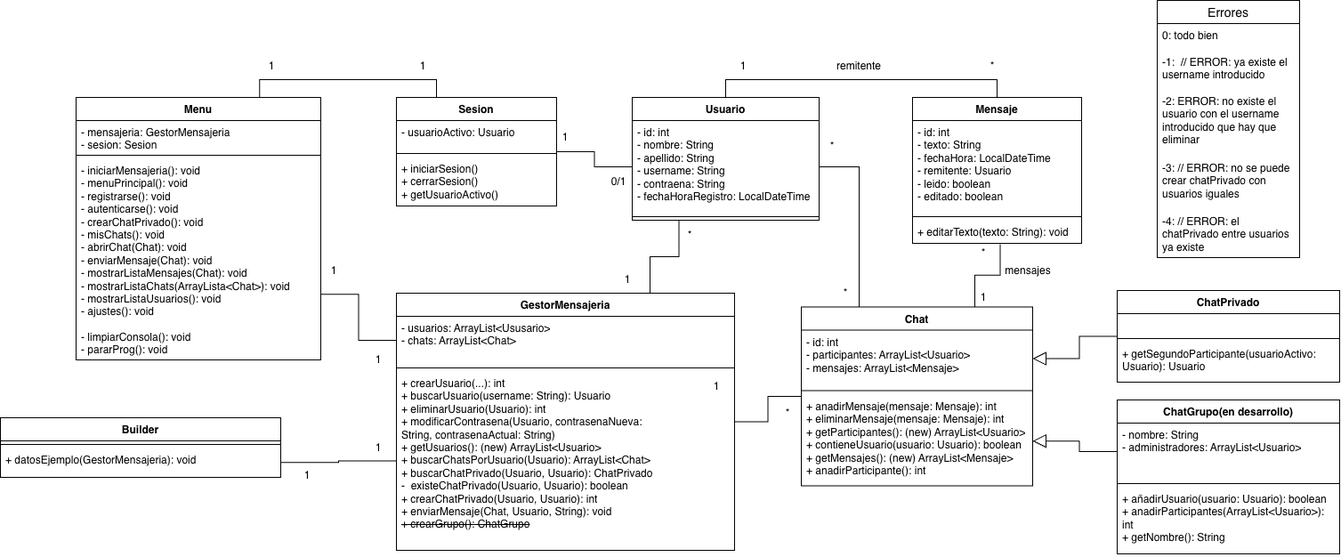
This is mensajeriaDiagrama.drawio.png from martishenya/messengerJava, a draw.io export, as it was before one commit. Source tidied: cells renumbered, new cells last; positions are measured from the earlier drawing's top-left corner, leaving out a move shared by most shapes.
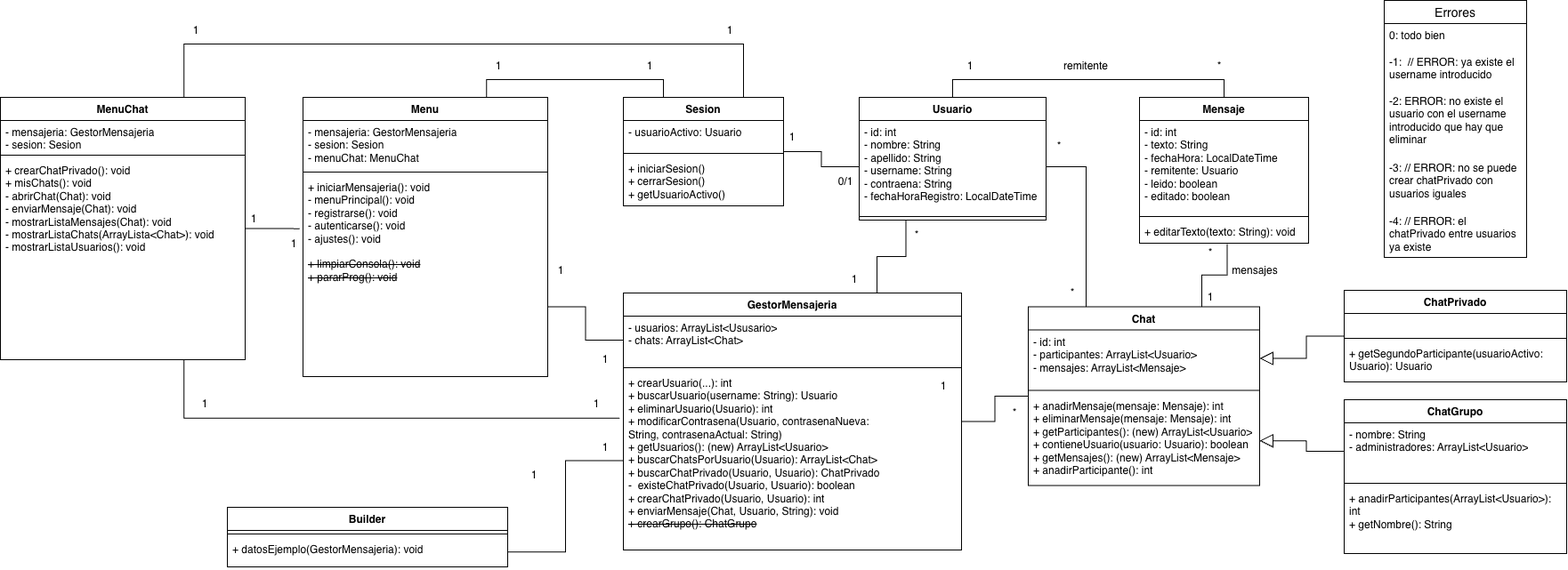
The same diagram one commit later.

What changed in the source:
```diff
@@ -44,7 +44,7 @@
     <mxCell id="15" value="&lt;div&gt;+ anadirMensaje(mensaje: Mensaje): int&lt;/div&gt;&lt;div&gt;+ eliminarMensaje(mensaje: Mensaje): int&lt;/div&gt;&lt;div&gt;+ getParticipantes(): (new) ArrayList&amp;lt;Usuario&amp;gt;&lt;/div&gt;&lt;div&gt;+ contieneUsuario(usuario: Usuario): boolean&lt;/div&gt;&lt;div&gt;+ getMensajes(): (new) ArrayList&amp;lt;Mensaje&amp;gt;&lt;/div&gt;&lt;div&gt;+&amp;nbsp;anadirParticipante(): int&lt;/div&gt;" style="text;strokeColor=none;fillColor=none;align=left;verticalAlign=top;spacingLeft=4;spacingRight=4;overflow=hidden;whiteSpace=wrap;html=1;" parent="12" vertex="1">
       <mxGeometry y="98" width="260" height="103" as="geometry" />
     </mxCell>
-    <mxCell id="16" value="ChatGrupo(en desarrollo)" style="swimlane;fontStyle=1;align=center;verticalAlign=top;horizontal=1;startSize=26;whiteSpace=wrap;html=1;" parent="1" vertex="1">
+    <mxCell id="16" value="ChatGrupo" style="swimlane;fontStyle=1;align=center;verticalAlign=top;horizontal=1;startSize=26;whiteSpace=wrap;html=1;" parent="1" vertex="1">
       <mxGeometry x="1255" y="449" width="250" height="173" as="geometry" />
     </mxCell>
     <mxCell id="17" value="- nombre: String&lt;div&gt;- administradores: ArrayList&amp;lt;Usuario&amp;gt;&lt;br&gt;&lt;div&gt;&lt;div&gt;&lt;br&gt;&lt;/div&gt;&lt;/div&gt;&lt;/div&gt;" style="text;strokeColor=none;fillColor=none;align=left;verticalAlign=top;spacingLeft=4;spacingRight=4;overflow=hidden;points=[[0,0.5],[1,0.5]];portConstraint=eastwest;whiteSpace=wrap;html=1;" parent="16" vertex="1">
@@ -53,7 +53,7 @@
     <mxCell id="18" style="line;strokeWidth=1;fillColor=none;align=left;verticalAlign=middle;spacingTop=-1;spacingLeft=3;spacingRight=3;labelPosition=right;strokeColor=inherit;" parent="16" vertex="1">
       <mxGeometry y="90" width="250" height="8" as="geometry" />
     </mxCell>
-    <mxCell id="19" value="&lt;div&gt;+ añadirUsuario(usuario: Usuario): boolean&lt;/div&gt;&lt;div&gt;&lt;div&gt;+ anadirParticipantes(ArrayList&amp;lt;Usuario&amp;gt;): int&lt;/div&gt;&lt;div&gt;+ getNombre(): String&lt;/div&gt;&lt;/div&gt;" style="text;strokeColor=none;fillColor=none;align=left;verticalAlign=top;spacingLeft=4;spacingRight=4;overflow=hidden;whiteSpace=wrap;html=1;" parent="16" vertex="1">
+    <mxCell id="19" value="&lt;div&gt;&lt;span style=&quot;background-color: transparent; color: light-dark(#000000, var(--ge-light-color, #ffffff));&quot;&gt;+ anadirParticipantes(ArrayList&amp;lt;Usuario&amp;gt;): int&lt;/span&gt;&lt;/div&gt;&lt;div&gt;&lt;div&gt;+ getNombre(): String&lt;/div&gt;&lt;/div&gt;" style="text;strokeColor=none;fillColor=none;align=left;verticalAlign=top;spacingLeft=4;spacingRight=4;overflow=hidden;whiteSpace=wrap;html=1;" parent="16" vertex="1">
       <mxGeometry y="98" width="250" height="75" as="geometry" />
     </mxCell>
     <mxCell id="20" style="edgeStyle=orthogonalEdgeStyle;rounded=0;jettySize=auto;html=1;exitX=1;exitY=0.5;exitDx=0;exitDy=0;entryX=0;entryY=0.5;entryDx=0;entryDy=0;endArrow=none;endFill=0;" parent="1" edge="1" source="22" target="12">
@@ -81,22 +81,22 @@
       <mxGeometry relative="1" as="geometry" />
     </mxCell>
     <mxCell id="28" value="Menu" style="swimlane;fontStyle=1;align=center;verticalAlign=top;horizontal=1;startSize=26;whiteSpace=wrap;html=1;" parent="1" vertex="1">
-      <mxGeometry x="85" y="109" width="275" height="295" as="geometry" />
+      <mxGeometry x="85" y="109" width="275" height="314" as="geometry" />
     </mxCell>
-    <mxCell id="29" value="&lt;div&gt;- mensajeria: GestorMensajeria&lt;/div&gt;&lt;div&gt;- sesion: Sesion&lt;br&gt;&lt;div&gt;&lt;br&gt;&lt;/div&gt;&lt;/div&gt;" style="text;strokeColor=none;fillColor=none;align=left;verticalAlign=top;spacingLeft=4;spacingRight=4;overflow=hidden;whiteSpace=wrap;html=1;" parent="28" vertex="1">
-      <mxGeometry y="26" width="275" height="35" as="geometry" />
+    <mxCell id="29" value="&lt;div&gt;- mensajeria: GestorMensajeria&lt;/div&gt;&lt;div&gt;- sesion: Sesion&lt;/div&gt;&lt;div&gt;- menuChat: MenuChat&lt;br&gt;&lt;div&gt;&lt;br&gt;&lt;/div&gt;&lt;/div&gt;" style="text;strokeColor=none;fillColor=none;align=left;verticalAlign=top;spacingLeft=4;spacingRight=4;overflow=hidden;whiteSpace=wrap;html=1;" parent="28" vertex="1">
+      <mxGeometry y="26" width="275" height="54" as="geometry" />
     </mxCell>
     <mxCell id="30" style="line;strokeWidth=1;fillColor=none;align=left;verticalAlign=middle;spacingTop=-1;spacingLeft=3;spacingRight=3;labelPosition=right;strokeColor=inherit;" parent="28" vertex="1">
-      <mxGeometry y="61" width="275" height="8" as="geometry" />
+      <mxGeometry y="80" width="275" height="8" as="geometry" />
     </mxCell>
-    <mxCell id="31" value="&lt;div&gt;- iniciarMensajeria(): void&lt;/div&gt;&lt;div&gt;- menuPrincipal(): void&lt;/div&gt;&lt;div&gt;- registrarse(): void&lt;/div&gt;&lt;div&gt;- autenticarse(): void&lt;/div&gt;&lt;div&gt;- crearChatPrivado(): void&lt;/div&gt;&lt;div&gt;- misChats(): void&lt;/div&gt;&lt;div&gt;- abrirChat(Chat): void&lt;/div&gt;&lt;div&gt;- enviarMensaje(Chat): void&lt;/div&gt;&lt;div&gt;- mostrarListaMensajes(Chat): void&lt;/div&gt;&lt;div&gt;- mostrarListaChats(ArrayLista&amp;lt;Chat&amp;gt;): void&lt;/div&gt;&lt;div&gt;- mostrarListaUsuarios(): void&amp;nbsp;&lt;/div&gt;&lt;div&gt;- ajustes(): void&lt;/div&gt;&lt;div&gt;&lt;br&gt;&lt;/div&gt;&lt;div&gt;- limpiarConsola(): void&lt;/div&gt;&lt;div&gt;- pararProg(): void&lt;/div&gt;" style="text;strokeColor=none;fillColor=none;align=left;verticalAlign=top;spacingLeft=4;spacingRight=4;overflow=hidden;points=[[0,0.5],[1,0.5]];portConstraint=eastwest;whiteSpace=wrap;html=1;" parent="28" vertex="1">
-      <mxGeometry y="69" width="275" height="226" as="geometry" />
+    <mxCell id="31" value="&lt;div&gt;+ iniciarMensajeria(): void&lt;/div&gt;&lt;div&gt;- menuPrincipal(): void&lt;/div&gt;&lt;div&gt;- registrarse(): void&lt;/div&gt;&lt;div&gt;- autenticarse(): void&lt;span style=&quot;background-color: transparent; color: light-dark(#000000, var(--ge-light-color, #ffffff));&quot;&gt;&amp;nbsp;&lt;/span&gt;&lt;/div&gt;&lt;div&gt;- ajustes(): void&lt;/div&gt;&lt;div&gt;&lt;br&gt;&lt;/div&gt;&lt;div&gt;&lt;strike&gt;+ limpiarConsola(): void&lt;/strike&gt;&lt;/div&gt;&lt;div&gt;&lt;strike&gt;+ pararProg(): void&lt;/strike&gt;&lt;/div&gt;" style="text;strokeColor=none;fillColor=none;align=left;verticalAlign=top;spacingLeft=4;spacingRight=4;overflow=hidden;points=[[0,0.5],[1,0.5]];portConstraint=eastwest;whiteSpace=wrap;html=1;" parent="28" vertex="1">
+      <mxGeometry y="88" width="275" height="226" as="geometry" />
     </mxCell>
     <mxCell id="32" style="edgeStyle=orthogonalEdgeStyle;rounded=0;jettySize=auto;html=1;exitX=1;exitY=0.75;exitDx=0;exitDy=0;entryX=0;entryY=0.5;entryDx=0;entryDy=0;defaultLabelBackgroundColor=page;endArrow=none;endFill=0;" parent="1" edge="1" source="33" target="25">
       <mxGeometry relative="1" as="geometry" />
     </mxCell>
     <mxCell id="33" value="Builder" style="swimlane;fontStyle=1;align=center;verticalAlign=top;horizontal=1;startSize=26;whiteSpace=wrap;html=1;" parent="1" vertex="1">
-      <mxGeometry y="469" width="315" height="67" as="geometry" />
+      <mxGeometry y="570" width="315" height="67" as="geometry" />
     </mxCell>
     <mxCell id="34" style="line;strokeWidth=1;fillColor=none;align=left;verticalAlign=middle;spacingTop=-1;spacingLeft=3;spacingRight=3;labelPosition=right;strokeColor=inherit;" parent="33" vertex="1">
       <mxGeometry y="26" width="315" height="8" as="geometry" />
@@ -215,5 +215,49 @@
     <mxCell id="72" value="-4:&amp;nbsp;// ERROR: el chatPrivado entre usuarios ya existe&lt;span style=&quot;background-color: transparent; color: light-dark(#000000, var(--ge-light-color, #ffffff));&quot;&gt;&amp;nbsp;&lt;/span&gt;" style="text;strokeColor=none;fillColor=none;spacingLeft=4;spacingRight=4;overflow=hidden;fontSize=12;whiteSpace=wrap;html=1;" parent="67" vertex="1">
       <mxGeometry y="235" width="160" height="54" as="geometry" />
     </mxCell>
+    <mxCell id="73" style="edgeStyle=orthogonalEdgeStyle;rounded=0;jettySize=auto;html=1;exitX=0.75;exitY=0;exitDx=0;exitDy=0;entryX=0.75;entryY=0;entryDx=0;entryDy=0;defaultLabelBackgroundColor=page;endArrow=none;endFill=0;" parent="1" edge="1" source="74" target="57">
+      <mxGeometry relative="1" as="geometry">
+        <Array as="points">
+          <mxPoint x="-48.7" y="49" />
+          <mxPoint x="580" y="49" />
+        </Array>
+      </mxGeometry>
+    </mxCell>
+    <mxCell id="74" value="MenuChat" style="swimlane;fontStyle=1;align=center;verticalAlign=top;horizontal=1;startSize=26;whiteSpace=wrap;html=1;" parent="1" vertex="1">
+      <mxGeometry x="-255" y="109" width="275" height="295" as="geometry" />
+    </mxCell>
+    <mxCell id="75" value="&lt;div&gt;- mensajeria: GestorMensajeria&lt;/div&gt;&lt;div&gt;- sesion: Sesion&lt;br&gt;&lt;div&gt;&lt;br&gt;&lt;/div&gt;&lt;/div&gt;" style="text;strokeColor=none;fillColor=none;align=left;verticalAlign=top;spacingLeft=4;spacingRight=4;overflow=hidden;whiteSpace=wrap;html=1;" parent="74" vertex="1">
+      <mxGeometry y="26" width="275" height="35" as="geometry" />
+    </mxCell>
+    <mxCell id="76" style="line;strokeWidth=1;fillColor=none;align=left;verticalAlign=middle;spacingTop=-1;spacingLeft=3;spacingRight=3;labelPosition=right;strokeColor=inherit;" parent="74" vertex="1">
+      <mxGeometry y="61" width="275" height="8" as="geometry" />
+    </mxCell>
+    <mxCell id="77" value="&lt;div&gt;&lt;span style=&quot;background-color: transparent; color: light-dark(#000000, var(--ge-light-color, #ffffff));&quot;&gt;+ crearChatPrivado(): void&lt;/span&gt;&lt;/div&gt;&lt;div&gt;+ misChats(): void&lt;/div&gt;&lt;div&gt;- abrirChat(Chat): void&lt;/div&gt;&lt;div&gt;- enviarMensaje(Chat): void&lt;/div&gt;&lt;div&gt;- mostrarListaMensajes(Chat): void&lt;/div&gt;&lt;div&gt;- mostrarListaChats(ArrayLista&amp;lt;Chat&amp;gt;): void&lt;/div&gt;&lt;div&gt;- mostrarListaUsuarios(): void&amp;nbsp;&lt;/div&gt;" style="text;strokeColor=none;fillColor=none;align=left;verticalAlign=top;spacingLeft=4;spacingRight=4;overflow=hidden;whiteSpace=wrap;html=1;" parent="74" vertex="1">
+      <mxGeometry y="69" width="275" height="226" as="geometry" />
+    </mxCell>
+    <mxCell id="78" style="edgeStyle=orthogonalEdgeStyle;rounded=0;jettySize=auto;html=1;exitX=1;exitY=0.5;exitDx=0;exitDy=0;entryX=-0.014;entryY=0.264;entryDx=0;entryDy=0;entryPerimeter=0;defaultLabelBackgroundColor=page;endArrow=none;endFill=0;" parent="1" edge="1" source="74" target="31">
+      <mxGeometry relative="1" as="geometry" />
+    </mxCell>
+    <mxCell id="79" value="1" style="text;html=1;whiteSpace=wrap;strokeColor=none;fillColor=none;align=center;verticalAlign=middle;rounded=0;" parent="1" vertex="1">
+      <mxGeometry y="231" width="60" height="30" as="geometry" />
+    </mxCell>
+    <mxCell id="80" value="1" style="text;html=1;whiteSpace=wrap;strokeColor=none;fillColor=none;align=center;verticalAlign=middle;rounded=0;" parent="1" vertex="1">
+      <mxGeometry x="45" y="259" width="60" height="30" as="geometry" />
+    </mxCell>
+    <mxCell id="81" value="1" style="text;html=1;whiteSpace=wrap;strokeColor=none;fillColor=none;align=center;verticalAlign=middle;rounded=0;" parent="1" vertex="1">
+      <mxGeometry x="-65" y="19" width="60" height="30" as="geometry" />
+    </mxCell>
+    <mxCell id="82" value="1" style="text;html=1;whiteSpace=wrap;strokeColor=none;fillColor=none;align=center;verticalAlign=middle;rounded=0;" parent="1" vertex="1">
+      <mxGeometry x="535" y="19" width="60" height="30" as="geometry" />
+    </mxCell>
+    <mxCell id="83" style="edgeStyle=orthogonalEdgeStyle;rounded=0;jettySize=auto;html=1;exitX=0.75;exitY=1;exitDx=0;exitDy=0;entryX=-0.011;entryY=0.262;entryDx=0;entryDy=0;entryPerimeter=0;defaultLabelBackgroundColor=page;endArrow=none;endFill=0;" parent="1" edge="1" source="74" target="25">
+      <mxGeometry relative="1" as="geometry" />
+    </mxCell>
+    <mxCell id="84" value="1" style="text;html=1;whiteSpace=wrap;strokeColor=none;fillColor=none;align=center;verticalAlign=middle;rounded=0;" parent="1" vertex="1">
+      <mxGeometry x="-55" y="439" width="60" height="30" as="geometry" />
+    </mxCell>
+    <mxCell id="85" value="1" style="text;html=1;whiteSpace=wrap;strokeColor=none;fillColor=none;align=center;verticalAlign=middle;rounded=0;" parent="1" vertex="1">
+      <mxGeometry x="385" y="439" width="60" height="30" as="geometry" />
+    </mxCell>
   </root>
 </mxGraphModel>
```
